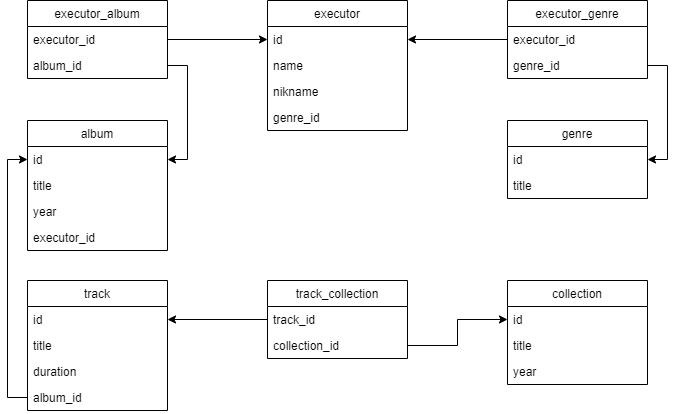
Before: bd_hw3.png, a diagram exported from draw.io (zilon4eg/bd_hw3). Source tidied: cells renumbered, new cells last; positions are measured from the earlier drawing's top-left corner, leaving out a move shared by most shapes. The source it was exported from:
```xml
<mxGraphModel>
  <root>
    <mxCell id="0" />
    <mxCell id="1" parent="0" />
    <mxCell id="2" value="executor" style="swimlane;fontStyle=0;horizontal=1;startSize=26;" parent="1" vertex="1">
      <mxGeometry x="240" width="140" height="130" as="geometry" />
    </mxCell>
    <mxCell id="3" value="id" style="text;strokeColor=none;fillColor=none;align=left;verticalAlign=top;spacingLeft=4;spacingRight=4;overflow=hidden;points=[[0,0.5],[1,0.5]];portConstraint=eastwest;" parent="2" vertex="1">
      <mxGeometry y="26" width="140" height="26" as="geometry" />
    </mxCell>
    <mxCell id="4" value="name" style="text;strokeColor=none;fillColor=none;align=left;verticalAlign=top;spacingLeft=4;spacingRight=4;overflow=hidden;" parent="2" vertex="1">
      <mxGeometry y="52" width="140" height="26" as="geometry" />
    </mxCell>
    <mxCell id="5" value="nikname" style="text;strokeColor=none;fillColor=none;align=left;verticalAlign=top;spacingLeft=4;spacingRight=4;overflow=hidden;" parent="2" vertex="1">
      <mxGeometry y="78" width="140" height="26" as="geometry" />
    </mxCell>
    <mxCell id="6" value="genre_id" style="text;strokeColor=none;fillColor=none;align=left;verticalAlign=top;spacingLeft=4;spacingRight=4;overflow=hidden;" parent="2" vertex="1">
      <mxGeometry y="104" width="140" height="26" as="geometry" />
    </mxCell>
    <mxCell id="7" value="genre" style="swimlane;fontStyle=0;horizontal=1;startSize=26;" parent="1" vertex="1">
      <mxGeometry x="480" y="120" width="140" height="78" as="geometry" />
    </mxCell>
    <mxCell id="8" value="id" style="text;strokeColor=none;fillColor=none;align=left;verticalAlign=top;spacingLeft=4;spacingRight=4;overflow=hidden;points=[[0,0.5],[1,0.5]];portConstraint=eastwest;" parent="7" vertex="1">
      <mxGeometry y="26" width="140" height="26" as="geometry" />
    </mxCell>
    <mxCell id="9" value="title" style="text;strokeColor=none;fillColor=none;align=left;verticalAlign=top;spacingLeft=4;spacingRight=4;overflow=hidden;" parent="7" vertex="1">
      <mxGeometry y="52" width="140" height="26" as="geometry" />
    </mxCell>
    <mxCell id="10" value="album" style="swimlane;fontStyle=0;horizontal=1;startSize=26;" parent="1" vertex="1">
      <mxGeometry y="120" width="140" height="130" as="geometry" />
    </mxCell>
    <mxCell id="11" value="id" style="text;strokeColor=none;fillColor=none;align=left;verticalAlign=top;spacingLeft=4;spacingRight=4;overflow=hidden;points=[[0,0.5],[1,0.5]];portConstraint=eastwest;" parent="10" vertex="1">
      <mxGeometry y="26" width="140" height="26" as="geometry" />
    </mxCell>
    <mxCell id="12" value="title" style="text;strokeColor=none;fillColor=none;align=left;verticalAlign=top;spacingLeft=4;spacingRight=4;overflow=hidden;" parent="10" vertex="1">
      <mxGeometry y="52" width="140" height="26" as="geometry" />
    </mxCell>
    <mxCell id="13" value="year" style="text;strokeColor=none;fillColor=none;align=left;verticalAlign=top;spacingLeft=4;spacingRight=4;overflow=hidden;" parent="10" vertex="1">
      <mxGeometry y="78" width="140" height="26" as="geometry" />
    </mxCell>
    <mxCell id="14" value="executor_id" style="text;strokeColor=none;fillColor=none;align=left;verticalAlign=top;spacingLeft=4;spacingRight=4;overflow=hidden;" parent="10" vertex="1">
      <mxGeometry y="104" width="140" height="26" as="geometry" />
    </mxCell>
    <mxCell id="15" value="track" style="swimlane;fontStyle=0;horizontal=1;startSize=26;" parent="1" vertex="1">
      <mxGeometry y="280" width="140" height="130" as="geometry" />
    </mxCell>
    <mxCell id="16" value="id" style="text;strokeColor=none;fillColor=none;align=left;verticalAlign=top;spacingLeft=4;spacingRight=4;overflow=hidden;points=[[0,0.5],[1,0.5]];portConstraint=eastwest;" parent="15" vertex="1">
      <mxGeometry y="26" width="140" height="26" as="geometry" />
    </mxCell>
    <mxCell id="17" value="title" style="text;strokeColor=none;fillColor=none;align=left;verticalAlign=top;spacingLeft=4;spacingRight=4;overflow=hidden;" parent="15" vertex="1">
      <mxGeometry y="52" width="140" height="26" as="geometry" />
    </mxCell>
    <mxCell id="18" value="duration" style="text;strokeColor=none;fillColor=none;align=left;verticalAlign=top;spacingLeft=4;spacingRight=4;overflow=hidden;" parent="15" vertex="1">
      <mxGeometry y="78" width="140" height="26" as="geometry" />
    </mxCell>
    <mxCell id="19" value="album_id" style="text;strokeColor=none;fillColor=none;align=left;verticalAlign=top;spacingLeft=4;spacingRight=4;overflow=hidden;points=[[0,0.5],[1,0.5]];portConstraint=eastwest;" parent="15" vertex="1">
      <mxGeometry y="104" width="140" height="26" as="geometry" />
    </mxCell>
    <mxCell id="20" value="executor_genre" style="swimlane;fontStyle=0;horizontal=1;startSize=26;" parent="1" vertex="1">
      <mxGeometry x="480" width="140" height="78" as="geometry" />
    </mxCell>
    <mxCell id="21" value="executor_id" style="text;strokeColor=none;fillColor=none;align=left;verticalAlign=top;spacingLeft=4;spacingRight=4;overflow=hidden;points=[[0,0.5],[1,0.5]];portConstraint=eastwest;" parent="20" vertex="1">
      <mxGeometry y="26" width="140" height="26" as="geometry" />
    </mxCell>
    <mxCell id="22" value="genre_id" style="text;strokeColor=none;fillColor=none;align=left;verticalAlign=top;spacingLeft=4;spacingRight=4;overflow=hidden;points=[[0,0.5],[1,0.5]];portConstraint=eastwest;" parent="20" vertex="1">
      <mxGeometry y="52" width="140" height="26" as="geometry" />
    </mxCell>
    <mxCell id="23" style="edgeStyle=orthogonalEdgeStyle;rounded=0;jettySize=auto;html=1;exitX=0;exitY=0.5;exitDx=0;exitDy=0;entryX=1;entryY=0.5;entryDx=0;entryDy=0;" parent="1" edge="1" source="21" target="3">
      <mxGeometry relative="1" as="geometry" />
    </mxCell>
    <mxCell id="24" value="executor_album" style="swimlane;fontStyle=0;horizontal=1;startSize=26;" parent="1" vertex="1">
      <mxGeometry width="140" height="78" as="geometry" />
    </mxCell>
    <mxCell id="25" value="executor_id" style="text;strokeColor=none;fillColor=none;align=left;verticalAlign=top;spacingLeft=4;spacingRight=4;overflow=hidden;points=[[0,0.5],[1,0.5]];portConstraint=eastwest;" parent="24" vertex="1">
      <mxGeometry y="26" width="140" height="26" as="geometry" />
    </mxCell>
    <mxCell id="26" value="album_id" style="text;strokeColor=none;fillColor=none;align=left;verticalAlign=top;spacingLeft=4;spacingRight=4;overflow=hidden;points=[[0,0.5],[1,0.5]];portConstraint=eastwest;" parent="24" vertex="1">
      <mxGeometry y="52" width="140" height="26" as="geometry" />
    </mxCell>
    <mxCell id="27" style="edgeStyle=orthogonalEdgeStyle;rounded=0;jettySize=auto;html=1;exitX=1;exitY=0.5;exitDx=0;exitDy=0;entryX=1;entryY=0.5;entryDx=0;entryDy=0;" parent="1" edge="1" source="22" target="8">
      <mxGeometry relative="1" as="geometry" />
    </mxCell>
    <mxCell id="28" style="edgeStyle=orthogonalEdgeStyle;rounded=0;jettySize=auto;html=1;exitX=1;exitY=0.5;exitDx=0;exitDy=0;entryX=0;entryY=0.5;entryDx=0;entryDy=0;" parent="1" edge="1" source="25" target="3">
      <mxGeometry relative="1" as="geometry" />
    </mxCell>
    <mxCell id="29" value="collection" style="swimlane;fontStyle=0;horizontal=1;startSize=26;" parent="1" vertex="1">
      <mxGeometry x="480" y="280" width="140" height="104" as="geometry" />
    </mxCell>
    <mxCell id="30" value="id" style="text;strokeColor=none;fillColor=none;align=left;verticalAlign=top;spacingLeft=4;spacingRight=4;overflow=hidden;points=[[0,0.5],[1,0.5]];portConstraint=eastwest;" parent="29" vertex="1">
      <mxGeometry y="26" width="140" height="26" as="geometry" />
    </mxCell>
    <mxCell id="31" value="title" style="text;strokeColor=none;fillColor=none;align=left;verticalAlign=top;spacingLeft=4;spacingRight=4;overflow=hidden;" parent="29" vertex="1">
      <mxGeometry y="52" width="140" height="26" as="geometry" />
    </mxCell>
    <mxCell id="32" value="year" style="text;strokeColor=none;fillColor=none;align=left;verticalAlign=top;spacingLeft=4;spacingRight=4;overflow=hidden;" parent="29" vertex="1">
      <mxGeometry y="78" width="140" height="26" as="geometry" />
    </mxCell>
    <mxCell id="33" style="edgeStyle=orthogonalEdgeStyle;rounded=0;jettySize=auto;html=1;exitX=1;exitY=0.5;exitDx=0;exitDy=0;entryX=1;entryY=0.5;entryDx=0;entryDy=0;" parent="1" edge="1" source="26" target="11">
      <mxGeometry relative="1" as="geometry" />
    </mxCell>
    <mxCell id="34" style="edgeStyle=orthogonalEdgeStyle;rounded=0;jettySize=auto;html=1;exitX=0;exitY=0.5;exitDx=0;exitDy=0;entryX=0;entryY=0.5;entryDx=0;entryDy=0;" parent="1" edge="1" source="19" target="11">
      <mxGeometry relative="1" as="geometry" />
    </mxCell>
    <mxCell id="35" value="track_collection" style="swimlane;fontStyle=0;horizontal=1;startSize=26;" parent="1" vertex="1">
      <mxGeometry x="240" y="280" width="140" height="78" as="geometry" />
    </mxCell>
    <mxCell id="36" value="track_id" style="text;strokeColor=none;fillColor=none;align=left;verticalAlign=top;spacingLeft=4;spacingRight=4;overflow=hidden;points=[[0,0.5],[1,0.5]];portConstraint=eastwest;" parent="35" vertex="1">
      <mxGeometry y="26" width="140" height="26" as="geometry" />
    </mxCell>
    <mxCell id="37" value="collection_id" style="text;strokeColor=none;fillColor=none;align=left;verticalAlign=top;spacingLeft=4;spacingRight=4;overflow=hidden;points=[[0,0.5],[1,0.5]];portConstraint=eastwest;" parent="35" vertex="1">
      <mxGeometry y="52" width="140" height="26" as="geometry" />
    </mxCell>
    <mxCell id="38" style="edgeStyle=orthogonalEdgeStyle;rounded=0;jettySize=auto;html=1;exitX=0;exitY=0.5;exitDx=0;exitDy=0;entryX=1;entryY=0.5;entryDx=0;entryDy=0;" parent="1" edge="1" source="36" target="16">
      <mxGeometry relative="1" as="geometry" />
    </mxCell>
    <mxCell id="39" style="edgeStyle=orthogonalEdgeStyle;rounded=0;jettySize=auto;html=1;exitX=1;exitY=0.5;exitDx=0;exitDy=0;entryX=0;entryY=0.5;entryDx=0;entryDy=0;" parent="1" edge="1" source="37" target="30">
      <mxGeometry relative="1" as="geometry" />
    </mxCell>
  </root>
</mxGraphModel>
```
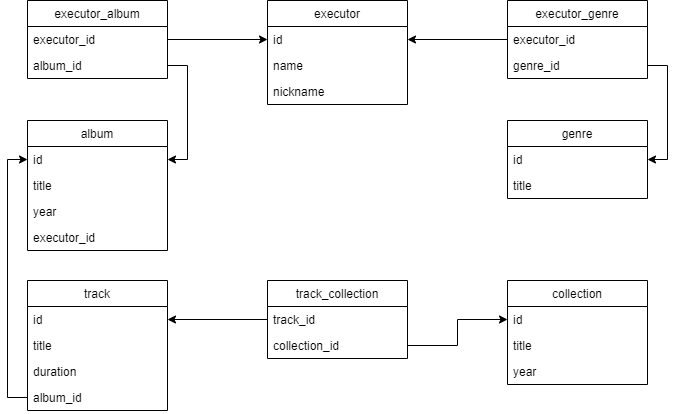
The same file after the commit.

Commit message:
bugfix correct table executor in bd_hw3

What changed in the source:
```diff
@@ -3,7 +3,7 @@
     <mxCell id="0" />
     <mxCell id="1" parent="0" />
     <mxCell id="2" value="executor" style="swimlane;fontStyle=0;horizontal=1;startSize=26;" parent="1" vertex="1">
-      <mxGeometry x="240" width="140" height="130" as="geometry" />
+      <mxGeometry x="240" width="140" height="104" as="geometry" />
     </mxCell>
     <mxCell id="3" value="id" style="text;strokeColor=none;fillColor=none;align=left;verticalAlign=top;spacingLeft=4;spacingRight=4;overflow=hidden;points=[[0,0.5],[1,0.5]];portConstraint=eastwest;" parent="2" vertex="1">
       <mxGeometry y="26" width="140" height="26" as="geometry" />
@@ -11,12 +11,9 @@
     <mxCell id="4" value="name" style="text;strokeColor=none;fillColor=none;align=left;verticalAlign=top;spacingLeft=4;spacingRight=4;overflow=hidden;" parent="2" vertex="1">
       <mxGeometry y="52" width="140" height="26" as="geometry" />
     </mxCell>
-    <mxCell id="5" value="nikname" style="text;strokeColor=none;fillColor=none;align=left;verticalAlign=top;spacingLeft=4;spacingRight=4;overflow=hidden;" parent="2" vertex="1">
+    <mxCell id="5" value="nickname" style="text;strokeColor=none;fillColor=none;align=left;verticalAlign=top;spacingLeft=4;spacingRight=4;overflow=hidden;" parent="2" vertex="1">
       <mxGeometry y="78" width="140" height="26" as="geometry" />
     </mxCell>
-    <mxCell id="6" value="genre_id" style="text;strokeColor=none;fillColor=none;align=left;verticalAlign=top;spacingLeft=4;spacingRight=4;overflow=hidden;" parent="2" vertex="1">
-      <mxGeometry y="104" width="140" height="26" as="geometry" />
-    </mxCell>
     <mxCell id="7" value="genre" style="swimlane;fontStyle=0;horizontal=1;startSize=26;" parent="1" vertex="1">
       <mxGeometry x="480" y="120" width="140" height="78" as="geometry" />
     </mxCell>
```
